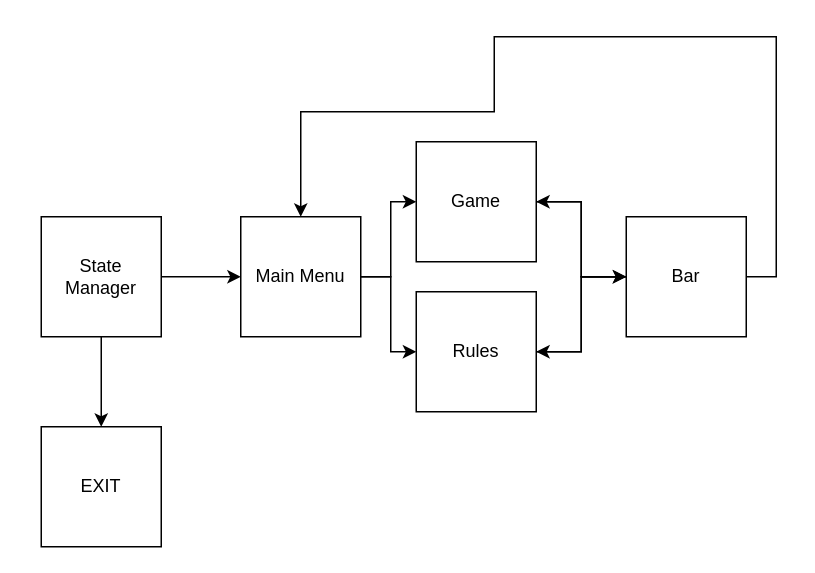
anycodef/ElectricGame keeps this draw.io diagram as scheme/skeleton.drawio. Above is the earlier version. Source tidied: cells renumbered, new cells numbered last; positions are measured from the earlier drawing's top-left corner, leaving out a move shared by most shapes. Both pictures are drawn from the tidied source at 150%, with x=0, y=0 at pixel (40, 36).
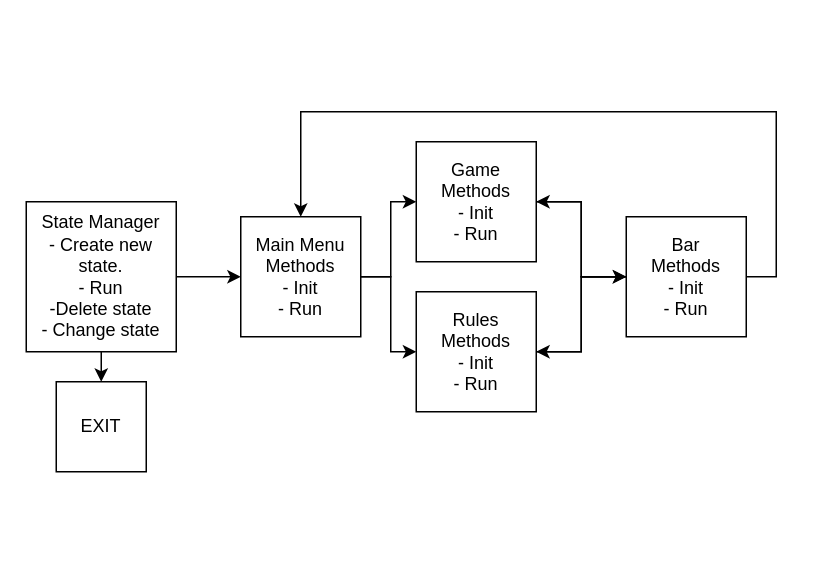
Above is the later version.

Diff of the diagram source:
```diff
@@
 <mxGraphModel>
   <root>
     <mxCell id="0" />
     <mxCell id="1" parent="0" />
     <mxCell id="2" style="edgeStyle=orthogonalEdgeStyle;rounded=0;jettySize=auto;html=1;exitX=1;exitY=0.5;exitDx=0;exitDy=0;" parent="1" edge="1" source="4" target="7">
       <mxGeometry relative="1" as="geometry" />
     </mxCell>
     <mxCell id="3" style="edgeStyle=orthogonalEdgeStyle;rounded=0;jettySize=auto;html=1;exitX=0.5;exitY=1;exitDx=0;exitDy=0;entryX=0.5;entryY=0;entryDx=0;entryDy=0;" parent="1" edge="1" source="4" target="16">
       <mxGeometry relative="1" as="geometry" />
     </mxCell>
-    <mxCell id="4" value="State Manager" style="whiteSpace=wrap;html=1;" parent="1" vertex="1">
-      <mxGeometry y="120" width="80" height="80" as="geometry" />
+    <mxCell id="4" value="State Manager&lt;br&gt;- Create new state.&lt;br&gt;- Run&lt;br&gt;-Delete state&lt;br&gt;- Change state" style="whiteSpace=wrap;html=1;" parent="1" vertex="1">
+      <mxGeometry x="-10" y="110" width="100" height="100" as="geometry" />
     </mxCell>
     <mxCell id="5" style="edgeStyle=orthogonalEdgeStyle;rounded=0;jettySize=auto;html=1;" parent="1" edge="1" source="7" target="9">
       <mxGeometry relative="1" as="geometry" />
     </mxCell>
     <mxCell id="6" style="edgeStyle=orthogonalEdgeStyle;rounded=0;jettySize=auto;html=1;exitX=1;exitY=0.5;exitDx=0;exitDy=0;entryX=0;entryY=0.5;entryDx=0;entryDy=0;" parent="1" edge="1" source="7" target="15">
       <mxGeometry relative="1" as="geometry" />
     </mxCell>
-    <mxCell id="7" value="Main Menu" style="whiteSpace=wrap;html=1;" parent="1" vertex="1">
+    <mxCell id="7" value="Main Menu&lt;br&gt;Methods&lt;br&gt;- Init&lt;br&gt;- Run" style="whiteSpace=wrap;html=1;" parent="1" vertex="1">
       <mxGeometry x="133" y="120" width="80" height="80" as="geometry" />
     </mxCell>
     <mxCell id="8" style="edgeStyle=orthogonalEdgeStyle;rounded=0;jettySize=auto;html=1;exitX=1;exitY=0.5;exitDx=0;exitDy=0;" parent="1" edge="1" source="9" target="13">
       <mxGeometry relative="1" as="geometry" />
     </mxCell>
-    <mxCell id="9" value="Game" style="whiteSpace=wrap;html=1;" parent="1" vertex="1">
+    <mxCell id="9" value="Game&lt;br style=&quot;border-color: var(--border-color);&quot;&gt;Methods&lt;br style=&quot;border-color: var(--border-color);&quot;&gt;- Init&lt;br style=&quot;border-color: var(--border-color);&quot;&gt;- Run" style="whiteSpace=wrap;html=1;" parent="1" vertex="1">
       <mxGeometry x="250" y="70" width="80" height="80" as="geometry" />
     </mxCell>
     <mxCell id="10" style="edgeStyle=orthogonalEdgeStyle;rounded=0;jettySize=auto;html=1;exitX=0;exitY=0.5;exitDx=0;exitDy=0;entryX=1;entryY=0.5;entryDx=0;entryDy=0;" parent="1" edge="1" source="13" target="9">
       <mxGeometry relative="1" as="geometry" />
     </mxCell>
     <mxCell id="11" style="edgeStyle=orthogonalEdgeStyle;rounded=0;jettySize=auto;html=1;exitX=0;exitY=0.5;exitDx=0;exitDy=0;" parent="1" edge="1" source="13" target="15">
       <mxGeometry relative="1" as="geometry" />
     </mxCell>
     <mxCell id="12" style="edgeStyle=orthogonalEdgeStyle;rounded=0;jettySize=auto;html=1;exitX=1;exitY=0.5;exitDx=0;exitDy=0;entryX=0.5;entryY=0;entryDx=0;entryDy=0;" parent="1" edge="1" source="13" target="7">
       <mxGeometry relative="1" as="geometry">
         <Array as="points">
           <mxPoint x="490" y="160" />
-          <mxPoint x="490" />
-          <mxPoint x="302" />
-          <mxPoint x="302" y="50" />
+          <mxPoint x="490" y="50" />
           <mxPoint x="173" y="50" />
         </Array>
       </mxGeometry>
     </mxCell>
-    <mxCell id="13" value="Bar" style="whiteSpace=wrap;html=1;" parent="1" vertex="1">
+    <mxCell id="13" value="Bar&lt;br style=&quot;border-color: var(--border-color);&quot;&gt;Methods&lt;br style=&quot;border-color: var(--border-color);&quot;&gt;- Init&lt;br style=&quot;border-color: var(--border-color);&quot;&gt;- Run" style="whiteSpace=wrap;html=1;" parent="1" vertex="1">
       <mxGeometry x="390" y="120" width="80" height="80" as="geometry" />
     </mxCell>
     <mxCell id="14" style="edgeStyle=orthogonalEdgeStyle;rounded=0;jettySize=auto;html=1;exitX=1;exitY=0.5;exitDx=0;exitDy=0;entryX=0;entryY=0.5;entryDx=0;entryDy=0;" parent="1" edge="1" source="15" target="13">
       <mxGeometry relative="1" as="geometry" />
     </mxCell>
-    <mxCell id="15" value="Rules" style="whiteSpace=wrap;html=1;" parent="1" vertex="1">
+    <mxCell id="15" value="Rules&lt;br style=&quot;border-color: var(--border-color);&quot;&gt;Methods&lt;br style=&quot;border-color: var(--border-color);&quot;&gt;- Init&lt;br style=&quot;border-color: var(--border-color);&quot;&gt;- Run" style="whiteSpace=wrap;html=1;" parent="1" vertex="1">
       <mxGeometry x="250" y="170" width="80" height="80" as="geometry" />
     </mxCell>
     <mxCell id="16" value="EXIT" style="whiteSpace=wrap;html=1;" parent="1" vertex="1">
-      <mxGeometry y="260" width="80" height="80" as="geometry" />
+      <mxGeometry x="10" y="230" width="60" height="60" as="geometry" />
     </mxCell>
   </root>
 </mxGraphModel>
```
